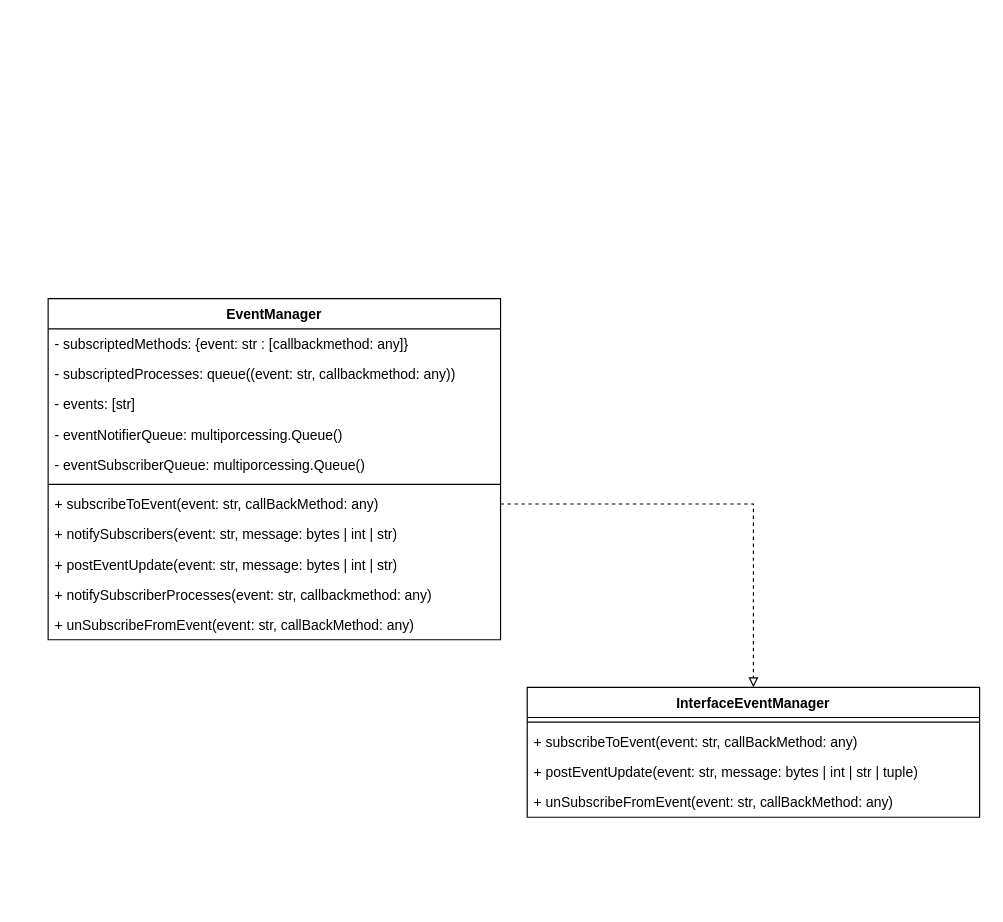
Uhgtred/Car_Infotainment_System keeps this draw.io diagram as page "Seite-1" (1 of 3) of Architecture/EventManager.drawio. Above is the earlier version. Source tidied: cells renumbered, new cells numbered last; positions are measured from the earlier drawing's top-left corner, leaving out a move shared by most shapes. Both pictures are drawn from the tidied source at 116%, with x=0, y=0 at pixel (48, 298).
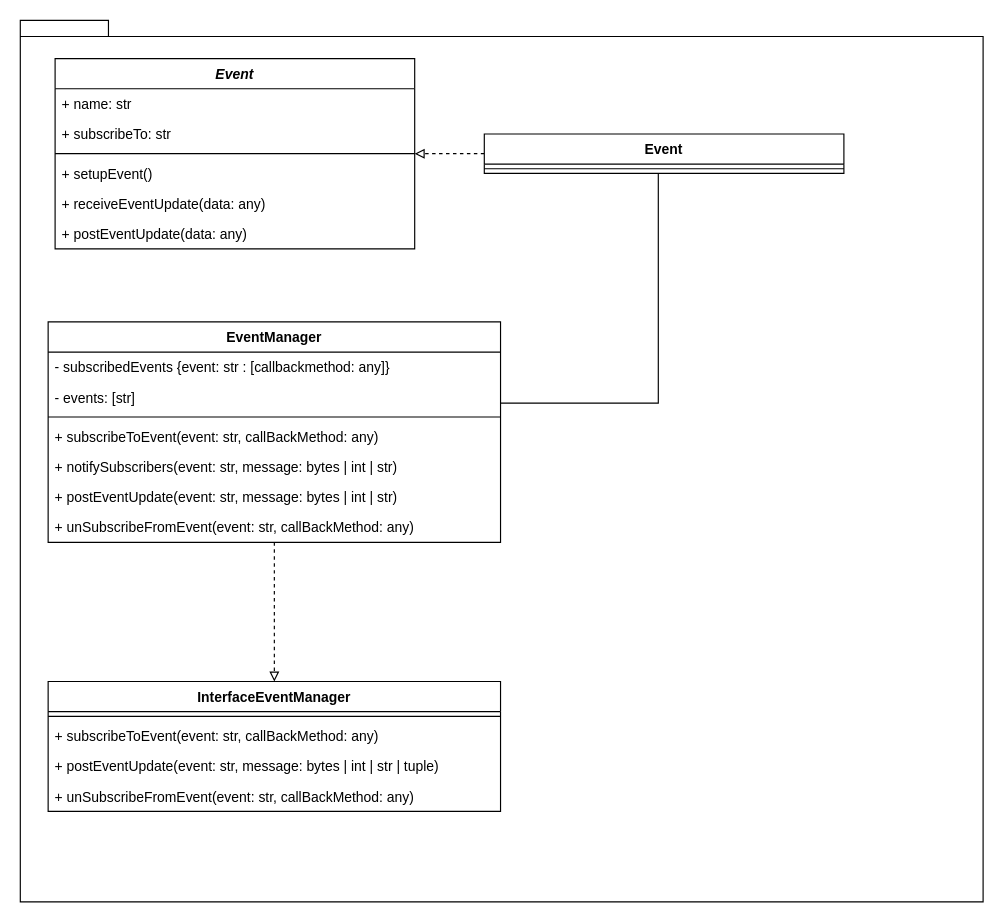
The same page after the edit.

Commit message (it also covers changes not shown here):
Further implementation of the Event-Manager after abandoning the idea of a servicehost /processmanager due to the news that GIL is going to be optional probably on python 3.13

What changed in the source:
```diff
@@
+    <mxCell id="20" style="group;" parent="1" vertex="1">
+      <mxGeometry x="-24" y="-240" width="830" height="760" as="geometry" />
+    </mxCell>
+    <mxCell id="21" style="shape=folder;fontStyle=1;spacingTop=10;tabWidth=40;tabHeight=14;tabPosition=left;html=1;" parent="20" vertex="1">
+      <mxGeometry width="830" height="760" as="geometry" />
+    </mxCell>
-    <mxCell id="2" value="EventManager" style="swimlane;fontStyle=1;align=center;verticalAlign=top;horizontal=1;startSize=26;whiteSpace=wrap;html=1;" parent="1" vertex="1">
-      <mxGeometry width="390" height="294" as="geometry" />
+    <mxCell id="2" value="EventManager" style="swimlane;fontStyle=1;align=center;verticalAlign=top;horizontal=1;startSize=26;whiteSpace=wrap;html=1;" parent="20" vertex="1">
+      <mxGeometry x="24" y="260" width="390" height="190" as="geometry" />
     </mxCell>
-    <mxCell id="3" value="- subscriptedMethods: {event: str : [callbackmethod: any]}" style="text;strokeColor=none;fillColor=none;align=left;verticalAlign=top;spacingLeft=4;spacingRight=4;overflow=hidden;whiteSpace=wrap;html=1;" parent="2" vertex="1">
+    <mxCell id="3" value="- subscribedEvents {event: str : [callbackmethod: any]}" style="text;strokeColor=none;fillColor=none;align=left;verticalAlign=top;spacingLeft=4;spacingRight=4;overflow=hidden;whiteSpace=wrap;html=1;" parent="2" vertex="1">
       <mxGeometry y="26" width="390" height="26" as="geometry" />
     </mxCell>
-    <mxCell id="4" value="- subscriptedProcesses: queue((event: str, callbackmethod: any))&amp;nbsp;&amp;nbsp;" style="text;strokeColor=none;fillColor=none;align=left;verticalAlign=top;spacingLeft=4;spacingRight=4;overflow=hidden;whiteSpace=wrap;html=1;" parent="2" vertex="1">
-      <mxGeometry y="52" width="390" height="26" as="geometry" />
-    </mxCell>
     <mxCell id="5" value="- events: [str]" style="text;strokeColor=none;fillColor=none;align=left;verticalAlign=top;spacingLeft=4;spacingRight=4;overflow=hidden;whiteSpace=wrap;html=1;" parent="2" vertex="1">
-      <mxGeometry y="78" width="390" height="26" as="geometry" />
+      <mxGeometry y="52" width="390" height="26" as="geometry" />
     </mxCell>
-    <mxCell id="6" value="- eventNotifierQueue: multiporcessing.Queue()" style="text;strokeColor=none;fillColor=none;align=left;verticalAlign=top;spacingLeft=4;spacingRight=4;overflow=hidden;whiteSpace=wrap;html=1;" parent="2" vertex="1">
-      <mxGeometry y="104" width="390" height="26" as="geometry" />
-    </mxCell>
-    <mxCell id="7" value="- eventSubscriberQueue: multiporcessing.Queue()" style="text;strokeColor=none;fillColor=none;align=left;verticalAlign=top;spacingLeft=4;spacingRight=4;overflow=hidden;whiteSpace=wrap;html=1;" parent="2" vertex="1">
-      <mxGeometry y="130" width="390" height="26" as="geometry" />
-    </mxCell>
     <mxCell id="8" style="line;strokeWidth=1;fillColor=none;align=left;verticalAlign=middle;spacingTop=-1;spacingLeft=3;spacingRight=3;labelPosition=right;strokeColor=inherit;" parent="2" vertex="1">
-      <mxGeometry y="156" width="390" height="8" as="geometry" />
+      <mxGeometry y="78" width="390" height="8" as="geometry" />
     </mxCell>
     <mxCell id="9" value="+ subscribeToEvent(event: str, callBackMethod: any)" style="text;strokeColor=none;fillColor=none;align=left;verticalAlign=top;spacingLeft=4;spacingRight=4;overflow=hidden;points=[[0,0.5],[1,0.5]];portConstraint=eastwest;whiteSpace=wrap;html=1;" parent="2" vertex="1">
-      <mxGeometry y="164" width="390" height="26" as="geometry" />
+      <mxGeometry y="86" width="390" height="26" as="geometry" />
     </mxCell>
     <mxCell id="10" value="+ notifySubscribers(event: str, message: bytes | int | str)" style="text;strokeColor=none;fillColor=none;align=left;verticalAlign=top;spacingLeft=4;spacingRight=4;overflow=hidden;whiteSpace=wrap;html=1;" parent="2" vertex="1">
-      <mxGeometry y="190" width="390" height="26" as="geometry" />
+      <mxGeometry y="112" width="390" height="26" as="geometry" />
     </mxCell>
     <mxCell id="11" value="+ postEventUpdate(event: str, message: bytes | int | str)" style="text;strokeColor=none;fillColor=none;align=left;verticalAlign=top;spacingLeft=4;spacingRight=4;overflow=hidden;whiteSpace=wrap;html=1;" parent="2" vertex="1">
-      <mxGeometry y="216" width="390" height="26" as="geometry" />
+      <mxGeometry y="138" width="390" height="26" as="geometry" />
     </mxCell>
-    <mxCell id="12" value="+ notifySubscriberProcesses(event: str, callbackmethod: any)" style="text;strokeColor=none;fillColor=none;align=left;verticalAlign=top;spacingLeft=4;spacingRight=4;overflow=hidden;whiteSpace=wrap;html=1;" parent="2" vertex="1">
-      <mxGeometry y="242" width="390" height="26" as="geometry" />
-    </mxCell>
     <mxCell id="13" value="+ unSubscribeFromEvent(event: str, callBackMethod: any)" style="text;strokeColor=none;fillColor=none;align=left;verticalAlign=top;spacingLeft=4;spacingRight=4;overflow=hidden;whiteSpace=wrap;html=1;" parent="2" vertex="1">
-      <mxGeometry y="268" width="390" height="26" as="geometry" />
+      <mxGeometry y="164" width="390" height="26" as="geometry" />
     </mxCell>
-    <mxCell id="14" value="InterfaceEventManager" style="swimlane;fontStyle=1;align=center;verticalAlign=top;horizontal=1;startSize=26;whiteSpace=wrap;html=1;" parent="1" vertex="1">
-      <mxGeometry x="413" y="335" width="390" height="112" as="geometry" />
+    <mxCell id="14" value="InterfaceEventManager" style="swimlane;fontStyle=1;align=center;verticalAlign=top;horizontal=1;startSize=26;whiteSpace=wrap;html=1;" parent="20" vertex="1">
+      <mxGeometry x="24" y="570" width="390" height="112" as="geometry" />
     </mxCell>
@@
-    <mxCell id="19" style="edgeStyle=orthogonalEdgeStyle;rounded=0;jettySize=auto;html=1;dashed=1;endArrow=block;endFill=0;" parent="1" edge="1" source="9" target="14">
-      <mxGeometry relative="1" as="geometry" />
-    </mxCell>
+    <mxCell id="22" style="edgeStyle=orthogonalEdgeStyle;rounded=0;jettySize=auto;html=1;endArrow=block;endFill=0;dashed=1;" parent="20" edge="1" source="2" target="14">
+      <mxGeometry relative="1" as="geometry" />
+    </mxCell>
+    <mxCell id="23" value="Event" style="swimlane;fontStyle=3;align=center;verticalAlign=top;horizontal=1;startSize=26;" parent="20" vertex="1">
+      <mxGeometry x="30" y="33" width="310" height="164" as="geometry" />
+    </mxCell>
+    <mxCell id="24" value="+ name: str" style="text;strokeColor=none;fillColor=none;align=left;verticalAlign=top;spacingLeft=4;spacingRight=4;overflow=hidden;" parent="23" vertex="1">
+      <mxGeometry y="26" width="310" height="26" as="geometry" />
+    </mxCell>
+    <mxCell id="25" value="+ subscribeTo: str" style="text;strokeColor=none;fillColor=none;align=left;verticalAlign=top;spacingLeft=4;spacingRight=4;overflow=hidden;" parent="23" vertex="1">
+      <mxGeometry y="52" width="310" height="26" as="geometry" />
+    </mxCell>
+    <mxCell id="26" style="line;strokeWidth=1;fillColor=none;align=left;verticalAlign=middle;spacingTop=-1;spacingLeft=3;spacingRight=3;labelPosition=right;strokeColor=inherit;" parent="23" vertex="1">
+      <mxGeometry y="78" width="310" height="8" as="geometry" />
+    </mxCell>
+    <mxCell id="27" value="+ setupEvent()" style="text;strokeColor=none;fillColor=none;align=left;verticalAlign=top;spacingLeft=4;spacingRight=4;overflow=hidden;" parent="23" vertex="1">
+      <mxGeometry y="86" width="310" height="26" as="geometry" />
+    </mxCell>
+    <mxCell id="28" value="+ receiveEventUpdate(data: any)" style="text;strokeColor=none;fillColor=none;align=left;verticalAlign=top;spacingLeft=4;spacingRight=4;overflow=hidden;" parent="23" vertex="1">
+      <mxGeometry y="112" width="310" height="26" as="geometry" />
+    </mxCell>
+    <mxCell id="29" value="+ postEventUpdate(data: any)" style="text;strokeColor=none;fillColor=none;align=left;verticalAlign=top;spacingLeft=4;spacingRight=4;overflow=hidden;" parent="23" vertex="1">
+      <mxGeometry y="138" width="310" height="26" as="geometry" />
+    </mxCell>
+    <mxCell id="30" style="edgeStyle=orthogonalEdgeStyle;rounded=0;jettySize=auto;html=1;dashed=1;endArrow=block;endFill=0;" parent="20" edge="1" source="32" target="23">
+      <mxGeometry relative="1" as="geometry" />
+    </mxCell>
+    <mxCell id="31" style="edgeStyle=orthogonalEdgeStyle;rounded=0;jettySize=auto;html=1;endArrow=none;endFill=0;" parent="20" edge="1" source="32" target="2">
+      <mxGeometry relative="1" as="geometry">
+        <Array as="points">
+          <mxPoint x="550" y="330" />
+        </Array>
+      </mxGeometry>
+    </mxCell>
+    <mxCell id="32" value="Event" style="swimlane;fontStyle=1;align=center;verticalAlign=top;horizontal=1;startSize=26;" parent="20" vertex="1">
+      <mxGeometry x="400" y="98" width="310" height="34" as="geometry" />
+    </mxCell>
+    <mxCell id="33" style="line;strokeWidth=1;fillColor=none;align=left;verticalAlign=middle;spacingTop=-1;spacingLeft=3;spacingRight=3;labelPosition=right;strokeColor=inherit;" parent="32" vertex="1">
+      <mxGeometry y="26" width="310" height="8" as="geometry" />
+    </mxCell>
```
